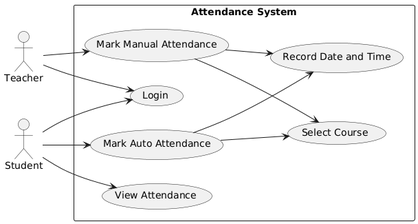
This is SDA-Project/Docs/Images/usecases/usecase.png from hmasood21955/Software-Design-Architecture, a PlantUML export, as it was before one commit. The source it was exported from:
```plantuml
@startuml
left to right direction

actor Teacher
actor Student

rectangle "Attendance System" {

    (Login)
    (Select Course)
    (Mark Manual Attendance)
    (Mark Auto Attendance)
    (View Attendance)
    (Record Date and Time)

    Teacher --> (Login)
    Student --> (Login)

    Teacher --> (Mark Manual Attendance)
    (Mark Manual Attendance) --> (Select Course)
    (Mark Manual Attendance) --> (Record Date and Time)

    Student --> (Mark Auto Attendance)
    (Mark Auto Attendance) --> (Select Course)
    (Mark Auto Attendance) --> (Record Date and Time)

    Student --> (View Attendance)
}
@enduml
```
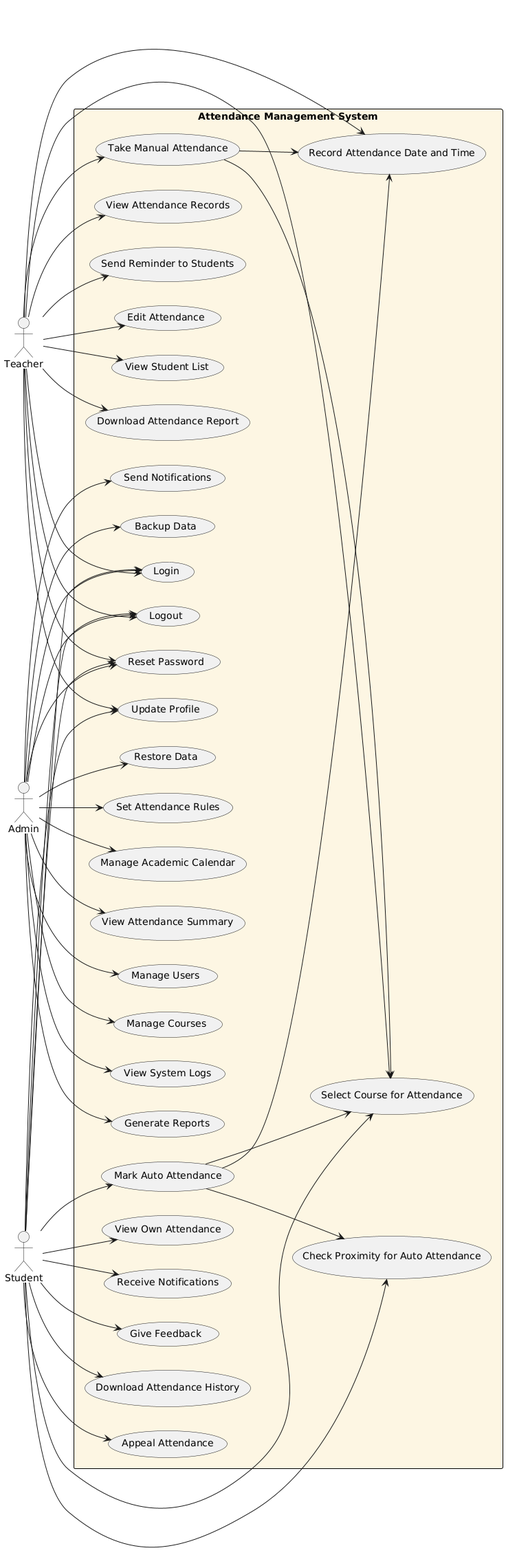
After the change.

Commit message:
use cases of all members

Diff of the diagram source:
```diff
@@ -1,29 +1,66 @@
 @startuml
 left to right direction
+skinparam rectangle {
+  BackgroundColor #FDF6E3
+  BorderColor Black
+}
 
+actor Admin
 actor Teacher
 actor Student
 
-rectangle "Attendance System" {
+rectangle "Attendance Management System" {
 
-    (Login)
-    (Select Course)
-    (Mark Manual Attendance)
-    (Mark Auto Attendance)
-    (View Attendance)
-    (Record Date and Time)
+  (Login)
+  (Logout)
+  (Reset Password)
+  (Update Profile)
 
-    Teacher --> (Login)
-    Student --> (Login)
+  Admin --> (Login)
+  Admin --> (Logout)
+  Admin --> (Reset Password)
+  Admin --> (Manage Users)
+  Admin --> (Manage Courses)
+  Admin --> (View System Logs)
+  Admin --> (Generate Reports)
+  Admin --> (Send Notifications)
+  Admin --> (Backup Data)
+  Admin --> (Restore Data)
+  Admin --> (Set Attendance Rules)
+  Admin --> (Manage Academic Calendar)
+  Admin --> (View Attendance Summary)
 
-    Teacher --> (Mark Manual Attendance)
-    (Mark Manual Attendance) --> (Select Course)
-    (Mark Manual Attendance) --> (Record Date and Time)
+  Teacher --> (Login)
+  Teacher --> (Logout)
+  Teacher --> (Reset Password)
+  Teacher --> (Update Profile)
+  Teacher --> (Take Manual Attendance)
+  Teacher --> (View Attendance Records)
+  Teacher --> (Select Course for Attendance)
+  Teacher --> (Record Attendance Date and Time)
+  Teacher --> (Send Reminder to Students)
+  Teacher --> (Edit Attendance)
+  Teacher --> (View Student List)
+  Teacher --> (Download Attendance Report)
 
-    Student --> (Mark Auto Attendance)
-    (Mark Auto Attendance) --> (Select Course)
-    (Mark Auto Attendance) --> (Record Date and Time)
+  Student --> (Login)
+  Student --> (Logout)
+  Student --> (Reset Password)
+  Student --> (Update Profile)
+  Student --> (Mark Auto Attendance)
+  Student --> (View Own Attendance)
+  Student --> (Check Proximity for Auto Attendance)
+  Student --> (Select Course for Attendance)
+  Student --> (Receive Notifications)
+  Student --> (Give Feedback)
+  Student --> (Download Attendance History)
+  Student --> (Appeal Attendance)
 
-    Student --> (View Attendance)
+  (Mark Auto Attendance) --> (Check Proximity for Auto Attendance)
+  (Mark Auto Attendance) --> (Record Attendance Date and Time)
+  (Take Manual Attendance) --> (Record Attendance Date and Time)
+  (Take Manual Attendance) --> (Select Course for Attendance)
+  (Mark Auto Attendance) --> (Select Course for Attendance)
+
 }
 @enduml
```
